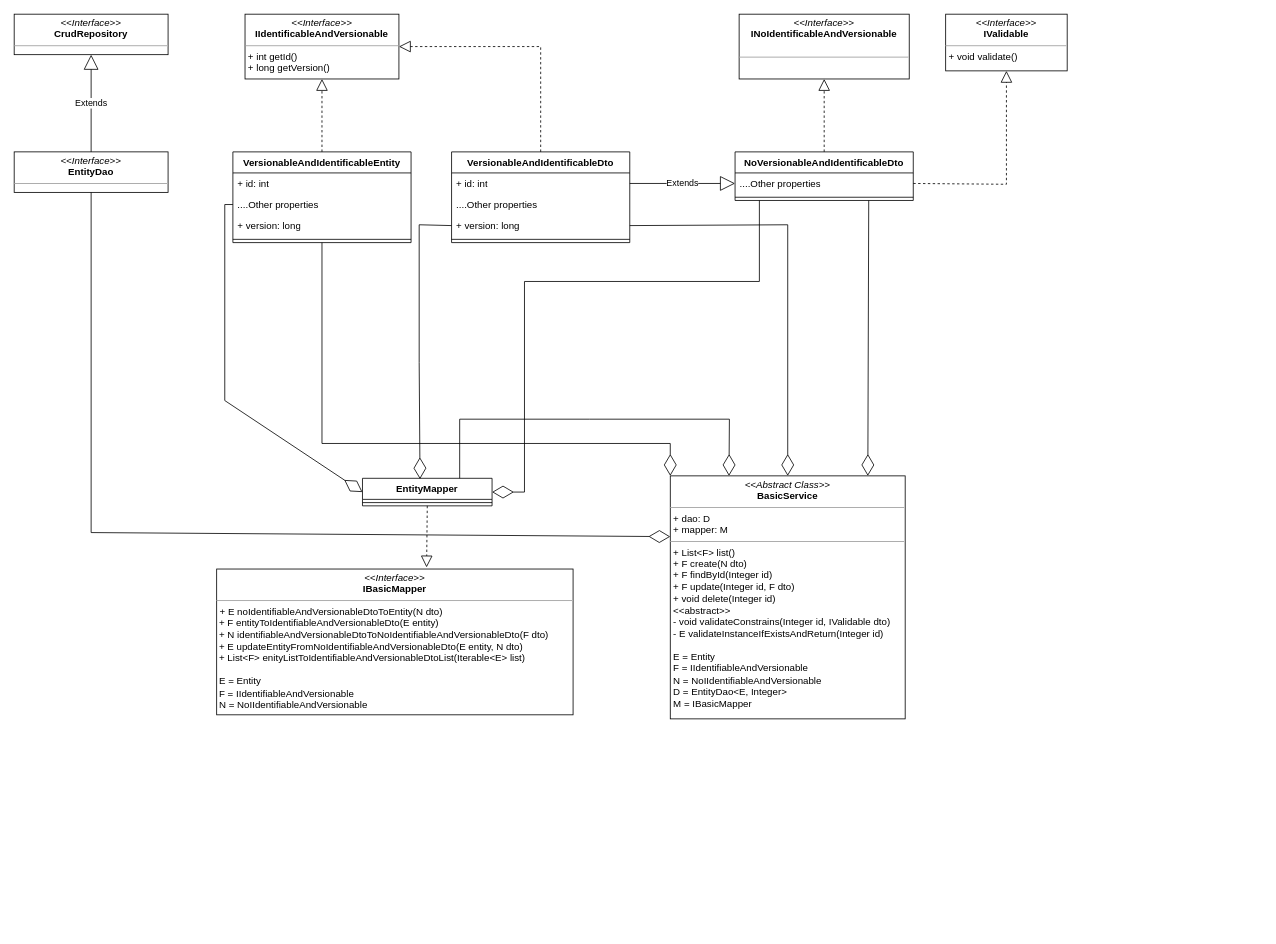
The draw.io diagram page "Basic Entity Service" (2 of 2) of src/main/resources/Project Diagrams.drawio in jchuquen/academic-register-services, before the edit. Source tidied: cells renumbered, new cells numbered last; positions are measured from the earlier drawing's top-left corner, leaving out a move shared by most shapes. Both pictures are drawn from the tidied source at 81%, with x=0, y=0 at pixel (14, 14).
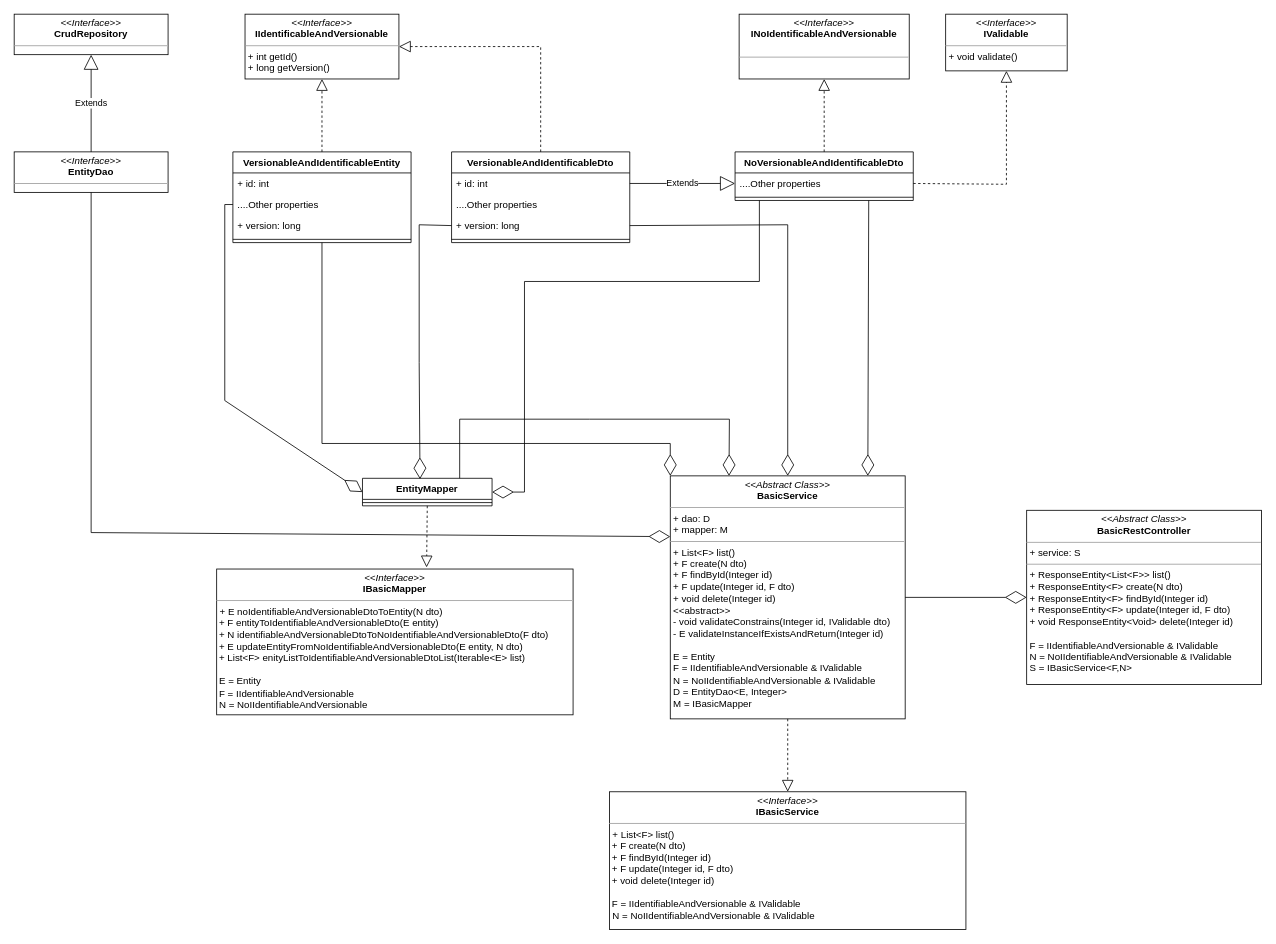
The same diagram, later.

Commit message (it also covers changes not shown here):
Generic Basic Rest service created

Change to the diagram source:
```diff
@@
-    <mxCell id="30" value="&lt;p style=&quot;margin:0px;margin-top:4px;text-align:center;&quot;&gt;&lt;i&gt;&amp;lt;&amp;lt;Abstract Class&amp;gt;&amp;gt;&lt;/i&gt;&lt;br&gt;&lt;b&gt;BasicService&lt;/b&gt;&lt;br&gt;&lt;/p&gt;&lt;hr size=&quot;1&quot;&gt;&lt;p style=&quot;margin:0px;margin-left:4px;&quot;&gt;+ dao: D&lt;br&gt;+ mapper: M&lt;/p&gt;&lt;hr size=&quot;1&quot;&gt;&lt;p style=&quot;margin:0px;margin-left:4px;&quot;&gt;+ List&amp;lt;F&amp;gt; list()&lt;br&gt;+ F create(N dto)&lt;/p&gt;&lt;p style=&quot;margin:0px;margin-left:4px;&quot;&gt;+&amp;nbsp;F findById(Integer id)&lt;/p&gt;&lt;p style=&quot;margin:0px;margin-left:4px;&quot;&gt;+&amp;nbsp;F update(Integer id, F dto)&lt;/p&gt;&lt;p style=&quot;margin:0px;margin-left:4px;&quot;&gt;+&amp;nbsp;void delete(Integer id)&lt;/p&gt;&lt;p style=&quot;margin:0px;margin-left:4px;&quot;&gt;&amp;lt;&amp;lt;abstract&amp;gt;&amp;gt;&lt;/p&gt;&lt;p style=&quot;margin:0px;margin-left:4px;&quot;&gt;- void&amp;nbsp;validateConstrains(Integer id, IValidable dto)&lt;/p&gt;&lt;p style=&quot;margin:0px;margin-left:4px;&quot;&gt;- E validateInstanceIfExistsAndReturn(Integer id)&lt;/p&gt;&lt;p style=&quot;margin:0px;margin-left:4px;&quot;&gt;&lt;br&gt;&lt;/p&gt;&lt;p style=&quot;margin:0px;margin-left:4px;&quot;&gt;E = Entity&lt;br style=&quot;border-color: var(--border-color);&quot;&gt;F = IIdentifiableAndVersionable&lt;br style=&quot;border-color: var(--border-color);&quot;&gt;N = NoIIdentifiableAndVersionable&lt;br&gt;&lt;/p&gt;&lt;p style=&quot;margin:0px;margin-left:4px;&quot;&gt;D =&amp;nbsp;EntityDao&amp;lt;E, Integer&amp;gt;&lt;/p&gt;&lt;p style=&quot;margin:0px;margin-left:4px;&quot;&gt;M =&amp;nbsp;IBasicMapper&lt;/p&gt;" style="verticalAlign=top;align=left;overflow=fill;fontSize=12;fontFamily=Helvetica;html=1;whiteSpace=wrap;" parent="1" vertex="1">
+    <mxCell id="30" value="&lt;p style=&quot;margin:0px;margin-top:4px;text-align:center;&quot;&gt;&lt;i&gt;&amp;lt;&amp;lt;Abstract Class&amp;gt;&amp;gt;&lt;/i&gt;&lt;br&gt;&lt;b&gt;BasicService&lt;/b&gt;&lt;br&gt;&lt;/p&gt;&lt;hr size=&quot;1&quot;&gt;&lt;p style=&quot;margin:0px;margin-left:4px;&quot;&gt;+ dao: D&lt;br&gt;+ mapper: M&lt;/p&gt;&lt;hr size=&quot;1&quot;&gt;&lt;p style=&quot;margin:0px;margin-left:4px;&quot;&gt;+ List&amp;lt;F&amp;gt; list()&lt;br&gt;+ F create(N dto)&lt;/p&gt;&lt;p style=&quot;margin:0px;margin-left:4px;&quot;&gt;+&amp;nbsp;F findById(Integer id)&lt;/p&gt;&lt;p style=&quot;margin:0px;margin-left:4px;&quot;&gt;+&amp;nbsp;F update(Integer id, F dto)&lt;/p&gt;&lt;p style=&quot;margin:0px;margin-left:4px;&quot;&gt;+&amp;nbsp;void delete(Integer id)&lt;/p&gt;&lt;p style=&quot;margin:0px;margin-left:4px;&quot;&gt;&amp;lt;&amp;lt;abstract&amp;gt;&amp;gt;&lt;/p&gt;&lt;p style=&quot;margin:0px;margin-left:4px;&quot;&gt;- void&amp;nbsp;validateConstrains(Integer id, IValidable dto)&lt;/p&gt;&lt;p style=&quot;margin:0px;margin-left:4px;&quot;&gt;- E validateInstanceIfExistsAndReturn(Integer id)&lt;/p&gt;&lt;p style=&quot;margin:0px;margin-left:4px;&quot;&gt;&lt;br&gt;&lt;/p&gt;&lt;p style=&quot;margin:0px;margin-left:4px;&quot;&gt;E = Entity&lt;br style=&quot;border-color: var(--border-color);&quot;&gt;F = IIdentifiableAndVersionable&amp;nbsp;&amp;amp; IValidable&lt;/p&gt;&lt;p style=&quot;margin:0px;margin-left:4px;&quot;&gt;N = NoIIdentifiableAndVersionable&amp;nbsp;&amp;amp; IValidable&lt;br&gt;&lt;/p&gt;&lt;p style=&quot;margin:0px;margin-left:4px;&quot;&gt;D =&amp;nbsp;EntityDao&amp;lt;E, Integer&amp;gt;&lt;/p&gt;&lt;p style=&quot;margin:0px;margin-left:4px;&quot;&gt;M =&amp;nbsp;IBasicMapper&lt;/p&gt;" style="verticalAlign=top;align=left;overflow=fill;fontSize=12;fontFamily=Helvetica;html=1;whiteSpace=wrap;" parent="1" vertex="1">
       <mxGeometry x="810" y="570" width="290" height="300" as="geometry" />
     </mxCell>
@@
+    <mxCell id="39" value="&lt;p style=&quot;margin:0px;margin-top:4px;text-align:center;&quot;&gt;&lt;i&gt;&amp;lt;&amp;lt;Interface&amp;gt;&amp;gt;&lt;/i&gt;&lt;br&gt;&lt;b style=&quot;border-color: var(--border-color); background-color: initial;&quot;&gt;IBasicService&lt;/b&gt;&lt;/p&gt;&lt;hr size=&quot;1&quot;&gt;&lt;p style=&quot;margin:0px;margin-left:4px;&quot;&gt;+ List&amp;lt;F&amp;gt; list()&lt;/p&gt;&amp;nbsp;+ F create(N dto)&lt;br&gt;&amp;nbsp;+&amp;nbsp;F findById(Integer id)&lt;br&gt;&amp;nbsp;+ F update(Integer id, F dto)&lt;br&gt;&amp;nbsp;+ void delete(Integer id)&lt;br&gt;&lt;br&gt;&amp;nbsp;F = IIdentifiableAndVersionable&amp;nbsp;&amp;amp; IValidable&lt;p style=&quot;border-color: var(--border-color); margin: 0px 0px 0px 4px;&quot;&gt;N = NoIIdentifiableAndVersionable&amp;nbsp;&amp;amp; IValidable&lt;/p&gt;&amp;nbsp;" style="verticalAlign=top;align=left;overflow=fill;fontSize=12;fontFamily=Helvetica;html=1;whiteSpace=wrap;" parent="1" vertex="1">
+      <mxGeometry x="735" y="960" width="440" height="170" as="geometry" />
+    </mxCell>
+    <mxCell id="40" style="endArrow=block;dashed=1;endFill=0;endSize=12;html=1;rounded=0;entryX=0.5;entryY=0;entryDx=0;entryDy=0;exitX=0.5;exitY=1;exitDx=0;exitDy=0;" parent="1" edge="1" source="30" target="39">
+      <mxGeometry relative="1" as="geometry" />
+    </mxCell>
+    <mxCell id="41" value="&lt;p style=&quot;margin:0px;margin-top:4px;text-align:center;&quot;&gt;&lt;i&gt;&amp;lt;&amp;lt;Abstract Class&amp;gt;&amp;gt;&lt;/i&gt;&lt;br&gt;&lt;b&gt;BasicRestController&lt;/b&gt;&lt;br&gt;&lt;/p&gt;&lt;hr size=&quot;1&quot;&gt;&lt;p style=&quot;margin:0px;margin-left:4px;&quot;&gt;+ service: S&lt;br&gt;&lt;/p&gt;&lt;hr size=&quot;1&quot;&gt;&lt;p style=&quot;margin:0px;margin-left:4px;&quot;&gt;+ ResponseEntity&amp;lt;List&amp;lt;F&amp;gt;&amp;gt; list()&lt;br&gt;+ ResponseEntity&amp;lt;F&amp;gt; create(N dto)&lt;/p&gt;&lt;p style=&quot;margin:0px;margin-left:4px;&quot;&gt;+&amp;nbsp;ResponseEntity&amp;lt;F&amp;gt; findById(Integer id)&lt;/p&gt;&lt;p style=&quot;margin:0px;margin-left:4px;&quot;&gt;+&amp;nbsp;ResponseEntity&amp;lt;F&amp;gt; update(&lt;span style=&quot;background-color: initial;&quot;&gt;Integer id,&amp;nbsp;&lt;/span&gt;&lt;span style=&quot;background-color: initial;&quot;&gt;F dto)&lt;/span&gt;&lt;/p&gt;&lt;p style=&quot;margin:0px;margin-left:4px;&quot;&gt;+&amp;nbsp;void ResponseEntity&amp;lt;Void&amp;gt; delete(Integer id)&lt;/p&gt;&lt;p style=&quot;margin:0px;margin-left:4px;&quot;&gt;&lt;br&gt;&lt;/p&gt;&lt;p style=&quot;margin:0px;margin-left:4px;&quot;&gt;F = IIdentifiableAndVersionable&amp;nbsp;&amp;amp; IValidable&lt;/p&gt;&lt;p style=&quot;margin:0px;margin-left:4px;&quot;&gt;N = NoIIdentifiableAndVersionable&amp;nbsp;&amp;amp; IValidable&lt;br&gt;&lt;/p&gt;&lt;p style=&quot;margin:0px;margin-left:4px;&quot;&gt;S =&amp;nbsp;IBasicService&amp;lt;F,N&amp;gt;&lt;/p&gt;" style="verticalAlign=top;align=left;overflow=fill;fontSize=12;fontFamily=Helvetica;html=1;whiteSpace=wrap;" parent="1" vertex="1">
+      <mxGeometry x="1250" y="612.5" width="290" height="215" as="geometry" />
+    </mxCell>
+    <mxCell id="42" style="endArrow=diamondThin;endFill=0;endSize=24;html=1;rounded=0;entryX=0;entryY=0.5;entryDx=0;entryDy=0;exitX=1;exitY=0.5;exitDx=0;exitDy=0;" parent="1" edge="1" source="30" target="41">
+      <mxGeometry relative="1" as="geometry" />
+    </mxCell>
```
